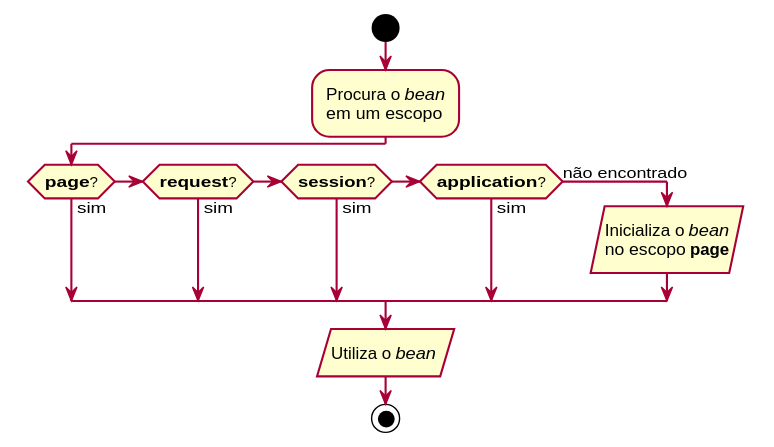
Before: assets/images/javabeans-empty-scope.svg, a diagram exported from PlantUML (prof-wagnermacedo/prof-wagnermacedo.github.io). The source it was exported from:
```plantuml
@startuml

skinparam shadowing false
skinparam ActivityFontName Arial

start

:Procura o //bean//
em um escopo;

if (**page**?) then (sim)
elseif (**request**?) then (sim)
elseif (**session**?) then (sim)
elseif (**application**?) then (sim)
else (não encontrado)
  :Inicializa o //bean//
  no escopo **page**/
endif

:Utiliza o //bean// /

stop

@enduml
```
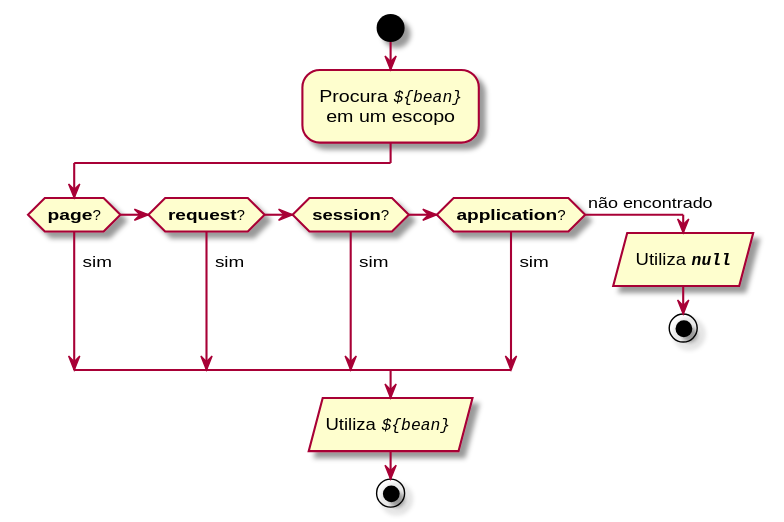
The same diagram one commit later.

Change to the diagram source:
```diff
@@ -1,23 +1,23 @@
 @startuml
 
-skinparam shadowing false
-skinparam ActivityFontName Arial
+skinparam defaultTextAlignment center
+skinparam padding 2
 
 start
 
-:Procura o //bean//
+:Procura //""${bean}""//
 em um escopo;
 
-if (**page**?) then (sim)
-elseif (**request**?) then (sim)
-elseif (**session**?) then (sim)
-elseif (**application**?) then (sim)
-else (não encontrado)
-  :Inicializa o //bean//
-  no escopo **page**/
+if (**page**?) then (\nsim)
+elseif (**request**?) then (\nsim)
+elseif (**session**?) then (\nsim)
+elseif (**application**?) then (\nsim)
+else (\n\nnão encontrado)
+  : Utiliza //**""null""**// /
+  stop
 endif
 
-:Utiliza o //bean// /
+:Utiliza //""${bean}""// /
 
 stop
 
```
